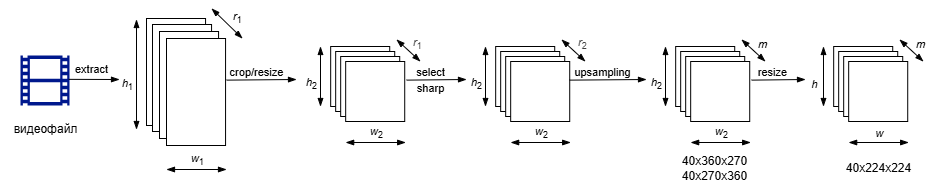
Before: img/framer.drawio.png, a diagram exported from draw.io (romangorbunov91/TBDLGR). Source tidied: cells renumbered, new cells last; positions are measured from the earlier drawing's top-left corner, leaving out a move shared by most shapes.
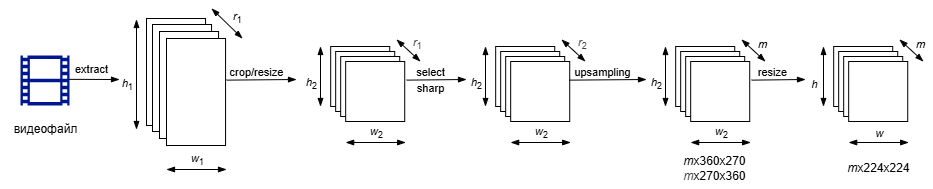
After the change.

The edit, as a diff of the source:
```diff
@@ -292,10 +292,10 @@
         <mxPoint x="2" y="-11" as="offset" />
       </mxGeometry>
     </mxCell>
-    <mxCell id="65" value="40x224x224" style="text;html=1;align=center;verticalAlign=middle;strokeColor=none;fillColor=none;" parent="1" vertex="1">
+    <mxCell id="65" value="&lt;i&gt;m&lt;/i&gt;x224x224" style="text;html=1;align=center;verticalAlign=middle;strokeColor=none;fillColor=none;" parent="1" vertex="1">
       <mxGeometry x="832.7" y="145" width="90" height="30" as="geometry" />
     </mxCell>
-    <mxCell id="66" value="40x360x270&lt;div&gt;&lt;span style=&quot;color: rgb(0, 0, 0);&quot;&gt;40x270x360&lt;/span&gt;&lt;/div&gt;" style="text;html=1;align=center;verticalAlign=middle;strokeColor=none;fillColor=none;" parent="1" vertex="1">
+    <mxCell id="66" value="&lt;i&gt;m&lt;/i&gt;x360x270&lt;br&gt;&lt;div&gt;&lt;span style=&quot;color: rgb(0, 0, 0);&quot;&gt;&lt;i style=&quot;background-color: transparent; color: rgb(63, 63, 63); scrollbar-color: rgb(226, 226, 226) rgb(251, 251, 251);&quot;&gt;m&lt;/i&gt;x270x360&lt;/span&gt;&lt;/div&gt;" style="text;html=1;align=center;verticalAlign=middle;strokeColor=none;fillColor=none;" parent="1" vertex="1">
       <mxGeometry x="669" y="140" width="90" height="40" as="geometry" />
     </mxCell>
   </root>
```
